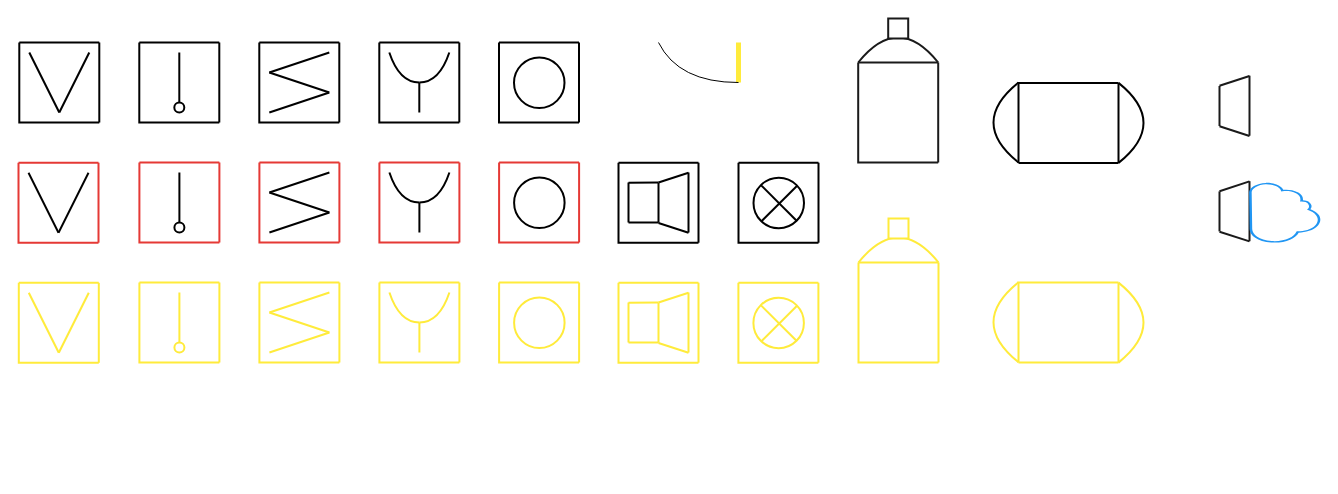
This is page "Страница — 1" (1 of 2) of Диаграмма без названия.drawio from dashkova/datagrams, a draw.io file, before an edit. Source tidied: cells renumbered, new cells numbered last; positions are measured from the earlier drawing's top-left corner, leaving out a move shared by most shapes. Both pictures are drawn from the tidied source at 100%, with x=0, y=0 at pixel (18, 12).
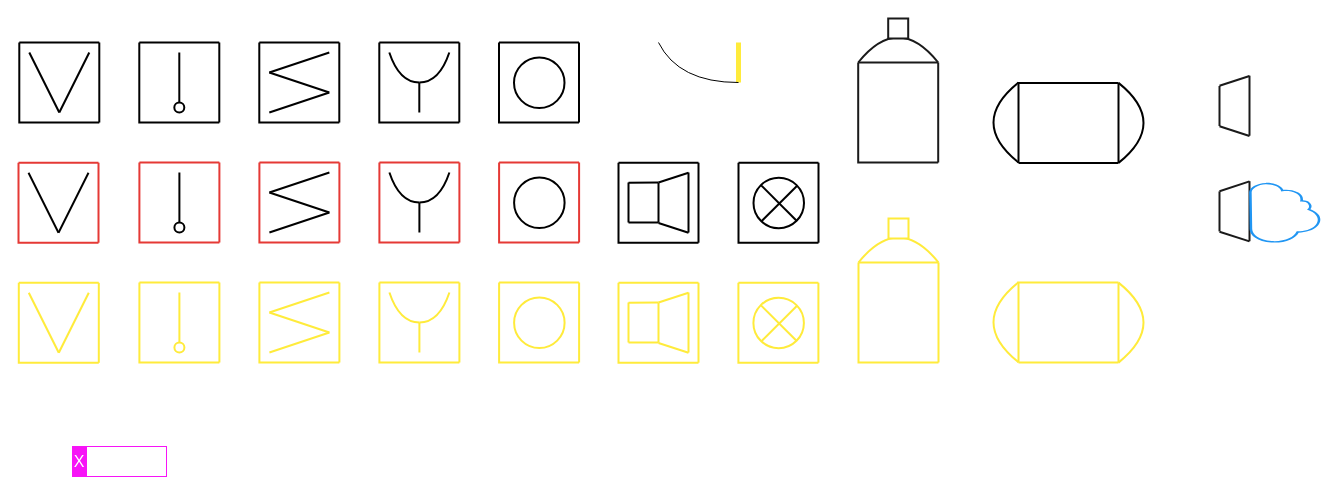
Above is the later version.

The edit, as a diff of the source:
```diff
@@
+    <mxCell id="143" style="rounded=0;whiteSpace=wrap;html=1;fillColor=#f714f7;strokeColor=#f714f7;" parent="1" vertex="1">
+      <mxGeometry x="54" y="434" width="14" height="30" as="geometry" />
+    </mxCell>
+    <mxCell id="144" value="&lt;font color=&quot;#ffffff&quot;&gt;X&lt;/font&gt;" style="text;strokeColor=none;fillColor=none;html=1;align=center;verticalAlign=middle;whiteSpace=wrap;rounded=0;fontSize=16;" parent="1" vertex="1">
+      <mxGeometry x="53" y="435" width="16" height="28" as="geometry" />
+    </mxCell>
+    <mxCell id="145" style="rounded=0;whiteSpace=wrap;html=1;strokeColor=#f714f7;fillColor=none;" parent="1" vertex="1">
+      <mxGeometry x="68" y="434" width="80" height="30" as="geometry" />
+    </mxCell>
```
